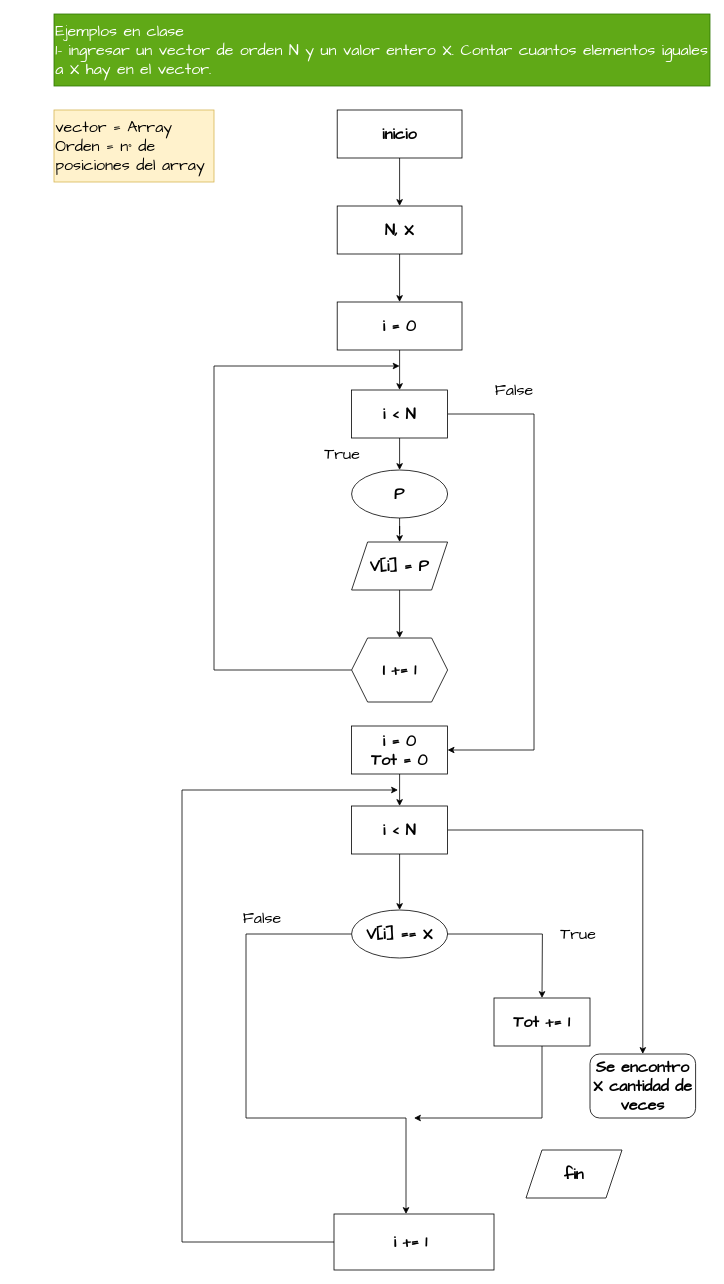
Earlier version of the draw.io diagram Diagrama sin título.drawio (gablon29/Apuntes). Source tidied: cells renumbered, new cells numbered last; positions are measured from the earlier drawing's top-left corner, leaving out a move shared by most shapes. Both pictures are drawn from the tidied source at 80%, with x=0, y=0 at pixel (54, 14).
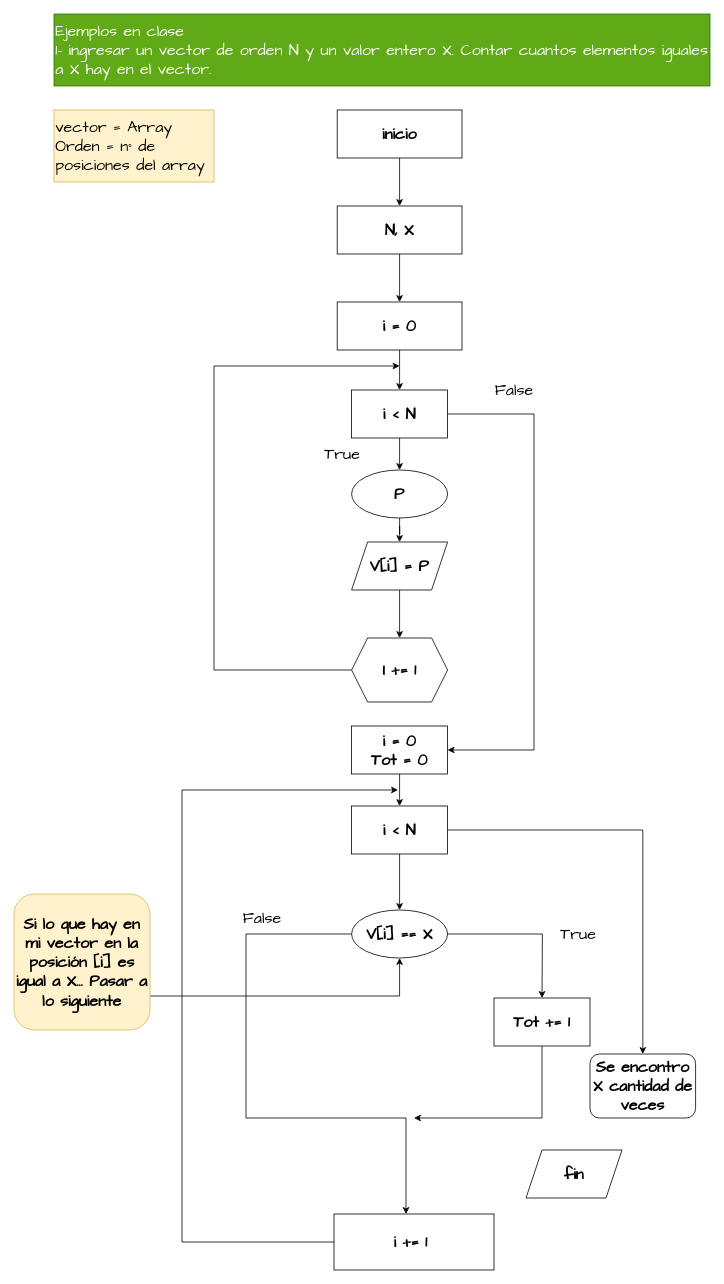
The same diagram, later.

Unchanged cells that the change refers to:
```xml
<mxCell id="28" value="V[i] == X" style="ellipse;whiteSpace=wrap;html=1;fontFamily=Comic Sans MS;fontSize=20;fontStyle=1;" parent="1" vertex="1">
  <mxGeometry x="372" y="1120" width="120" height="60" as="geometry" />
</mxCell>
```

Diff of the diagram source:
```diff
@@
+    <mxCell id="37" style="edgeStyle=orthogonalEdgeStyle;rounded=0;jettySize=auto;html=1;exitX=1;exitY=0.75;exitDx=0;exitDy=0;entryX=0.5;entryY=1;entryDx=0;entryDy=0;fontFamily=Comic Sans MS;fontSize=20;" parent="1" edge="1" source="38" target="28">
+      <mxGeometry relative="1" as="geometry" />
+    </mxCell>
+    <mxCell id="38" value="Si lo que hay en mi vector en la posición [i] es igual a X... Pasar a lo siguiente" style="rounded=1;whiteSpace=wrap;html=1;fontFamily=Comic Sans MS;fontSize=20;fillColor=#fff2cc;strokeColor=#d6b656;fontStyle=1;" parent="1" vertex="1">
+      <mxGeometry x="-50" y="1100" width="170" height="170" as="geometry" />
+    </mxCell>
```
